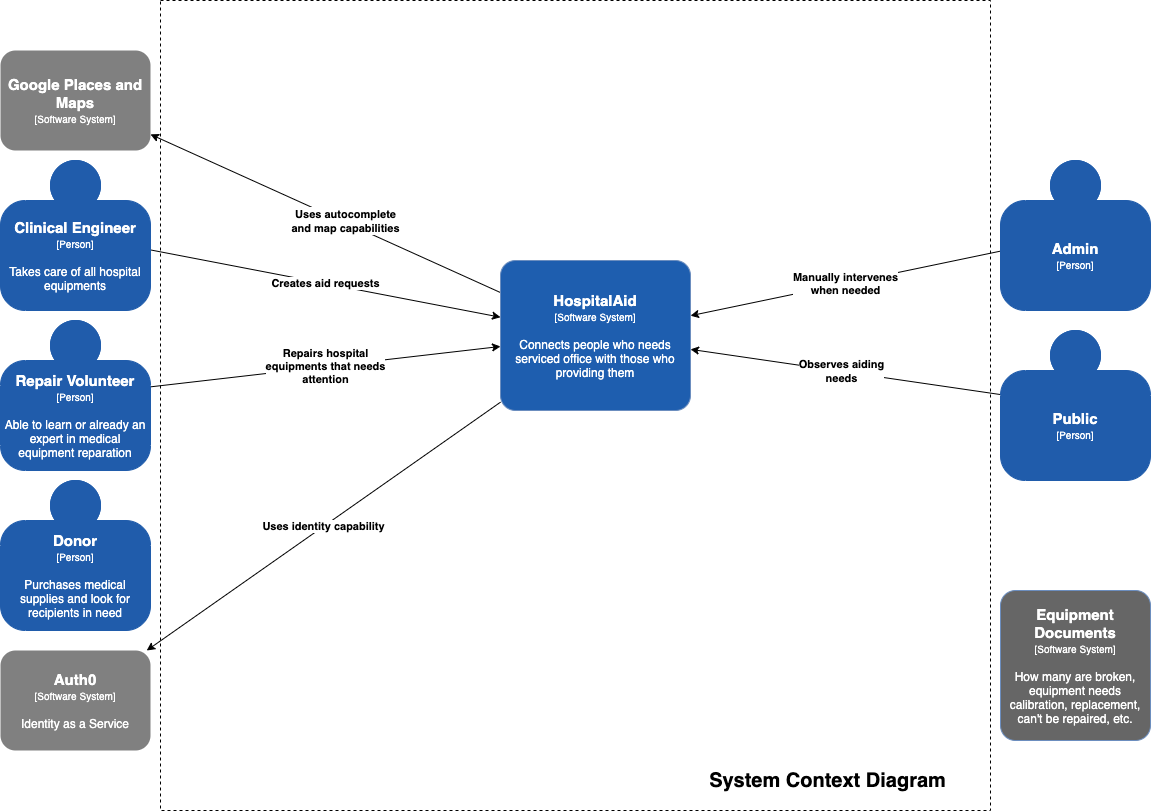
Above: assets/drawio/c4-level-1.drawio.png in HospitalAid/info (draw.io), before the change. Source tidied: cells renumbered, new cells last; positions are measured from the earlier drawing's top-left corner, leaving out a move shared by most shapes.
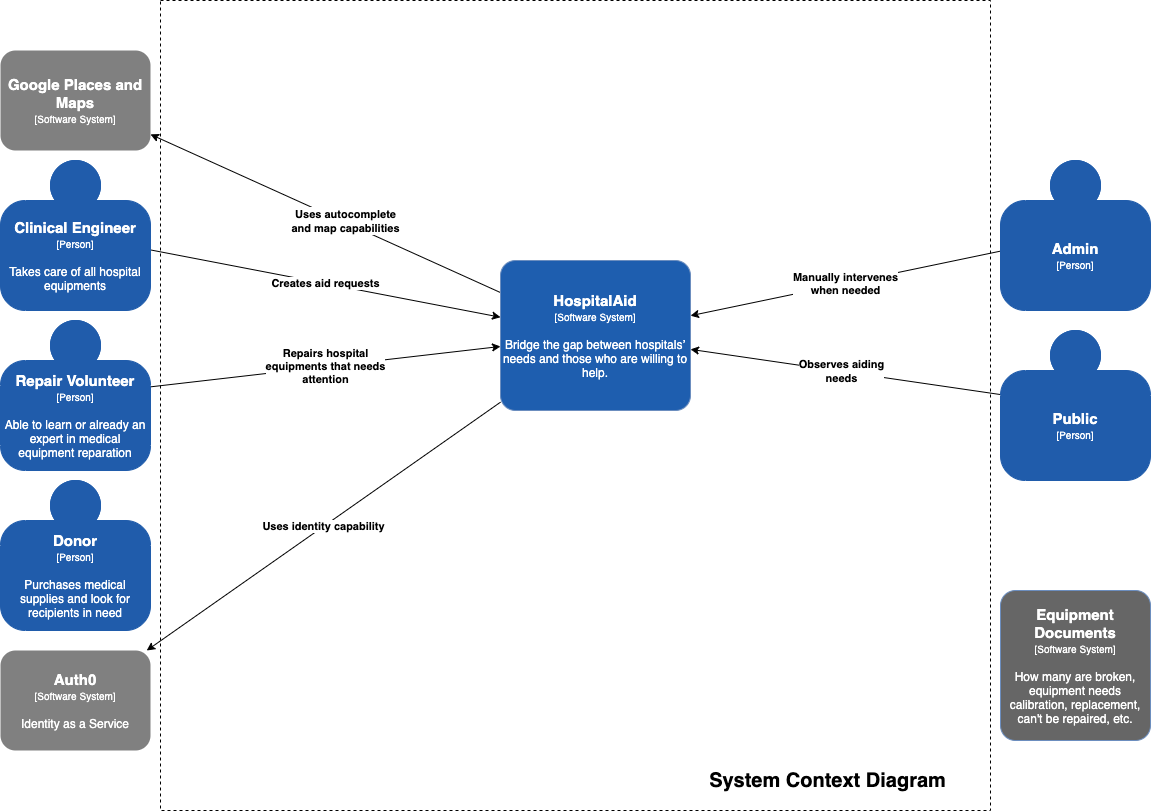
The same diagram one commit later.

Commit message:
Update hospital aid description

The edit, as a diff of the source:
```diff
@@ -20,7 +20,7 @@
     <mxCell id="7" value="&lt;b&gt;Uses identity capability&lt;/b&gt;" style="rounded=0;jettySize=auto;html=1;" parent="1" edge="1" source="8" target="20">
       <mxGeometry relative="1" as="geometry" />
     </mxCell>
-    <mxCell id="8" value="&lt;span style=&quot;font-size: 15px&quot;&gt;&lt;b&gt;HospitalAid&lt;br&gt;&lt;/b&gt;&lt;/span&gt;&lt;span style=&quot;font-size: 10px&quot;&gt;[Software System]&lt;/span&gt;&lt;br&gt;&lt;div style=&quot;color: rgb(0 , 0 , 0)&quot;&gt;&lt;font color=&quot;#ffffff&quot;&gt;&lt;br&gt;&lt;/font&gt;&lt;/div&gt;&lt;div style=&quot;color: rgb(0 , 0 , 0)&quot;&gt;&lt;font color=&quot;#ffffff&quot;&gt;Connects people who needs serviced office with those who providing them&lt;/font&gt;&lt;/div&gt;" style="rounded=1;whiteSpace=wrap;html=1;labelBackgroundColor=none;fillColor=#1E5EAF;fontColor=#FFFFFF;align=center;arcSize=10;strokeColor=#6c8ebf;points=[[0.25,0,0],[0.5,0,0],[0.75,0,0],[1,0.25,0],[1,0.5,0],[1,0.75,0],[0.75,1,0],[0.5,1,0],[0.25,1,0],[0,0.75,0],[0,0.5,0],[0,0.25,0]];" parent="1" vertex="1">
+    <mxCell id="8" value="&lt;span style=&quot;font-size: 15px&quot;&gt;&lt;b&gt;HospitalAid&lt;br&gt;&lt;/b&gt;&lt;/span&gt;&lt;span style=&quot;font-size: 10px&quot;&gt;[Software System]&lt;/span&gt;&lt;br&gt;&lt;div style=&quot;color: rgb(0 , 0 , 0)&quot;&gt;&lt;font color=&quot;#ffffff&quot;&gt;&lt;br&gt;&lt;/font&gt;&lt;/div&gt;&lt;div&gt;Bridge the gap between hospitals’ needs and those who are willing to help.&lt;br&gt;&lt;/div&gt;" style="rounded=1;whiteSpace=wrap;html=1;labelBackgroundColor=none;fillColor=#1E5EAF;fontColor=#FFFFFF;align=center;arcSize=10;strokeColor=#6c8ebf;points=[[0.25,0,0],[0.5,0,0],[0.75,0,0],[1,0.25,0],[1,0.5,0],[1,0.75,0],[0.75,1,0],[0.5,1,0],[0.25,1,0],[0,0.75,0],[0,0.5,0],[0,0.25,0]];" parent="1" vertex="1">
       <mxGeometry x="500" y="260" width="190" height="150" as="geometry" />
     </mxCell>
     <mxCell id="9" value="&lt;font color=&quot;#000000&quot;&gt;&lt;b&gt;Creates aid requests&lt;br&gt;&lt;/b&gt;&lt;/font&gt;" style="rounded=0;jettySize=auto;html=1;fontColor=#FFFFFF;" parent="1" edge="1" source="10" target="8">
```
